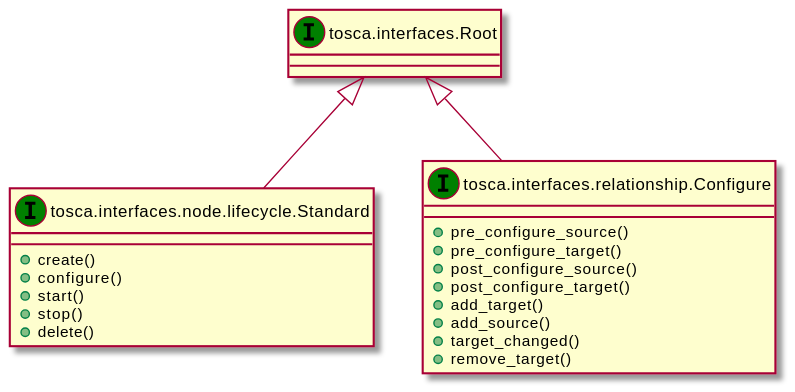
This is examples/tosca-community-contributions/diagrams/uml2/profiles-org.oasis-open-simple-1.1-interface-uml2-class-diagram.svg from Orange-OpenSource/Cloudnet-TOSCA-toolbox, a PlantUML export, as it was before one commit. The source it was exported from:
```plantuml
@startuml
set namespaceSeparator none
class "tosca.interfaces.Root" as tosca_interfaces_Root_IT << (I,green) >> {
}
class "tosca.interfaces.node.lifecycle.Standard" as tosca_interfaces_node_lifecycle_Standard_IT << (I,green) >> {
+create()
+configure()
+start()
+stop()
+delete()
}
class "tosca.interfaces.relationship.Configure" as tosca_interfaces_relationship_Configure_IT << (I,green) >> {
+pre_configure_source()
+pre_configure_target()
+post_configure_source()
+post_configure_target()
+add_target()
+add_source()
+target_changed()
+remove_target()
}
tosca_interfaces_Root_IT <|-- tosca_interfaces_node_lifecycle_Standard_IT
tosca_interfaces_Root_IT <|-- tosca_interfaces_relationship_Configure_IT
@enduml
```
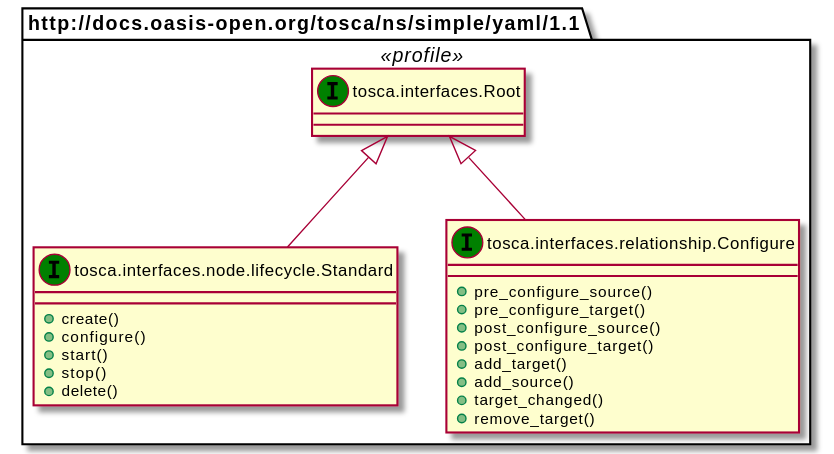
The same diagram one commit later.

The edit, as a diff of the source:
```diff
@@ -1,5 +1,6 @@
 @startuml
 set namespaceSeparator none
+package "http://docs.oasis-open.org/tosca/ns/simple/yaml/1.1" <<profile>> {
 class "tosca.interfaces.Root" as tosca_interfaces_Root_IT << (I,green) >> {
 }
 class "tosca.interfaces.node.lifecycle.Standard" as tosca_interfaces_node_lifecycle_Standard_IT << (I,green) >> {
@@ -21,4 +22,5 @@
 }
 tosca_interfaces_Root_IT <|-- tosca_interfaces_node_lifecycle_Standard_IT
 tosca_interfaces_Root_IT <|-- tosca_interfaces_relationship_Configure_IT
+}
 @enduml
```
